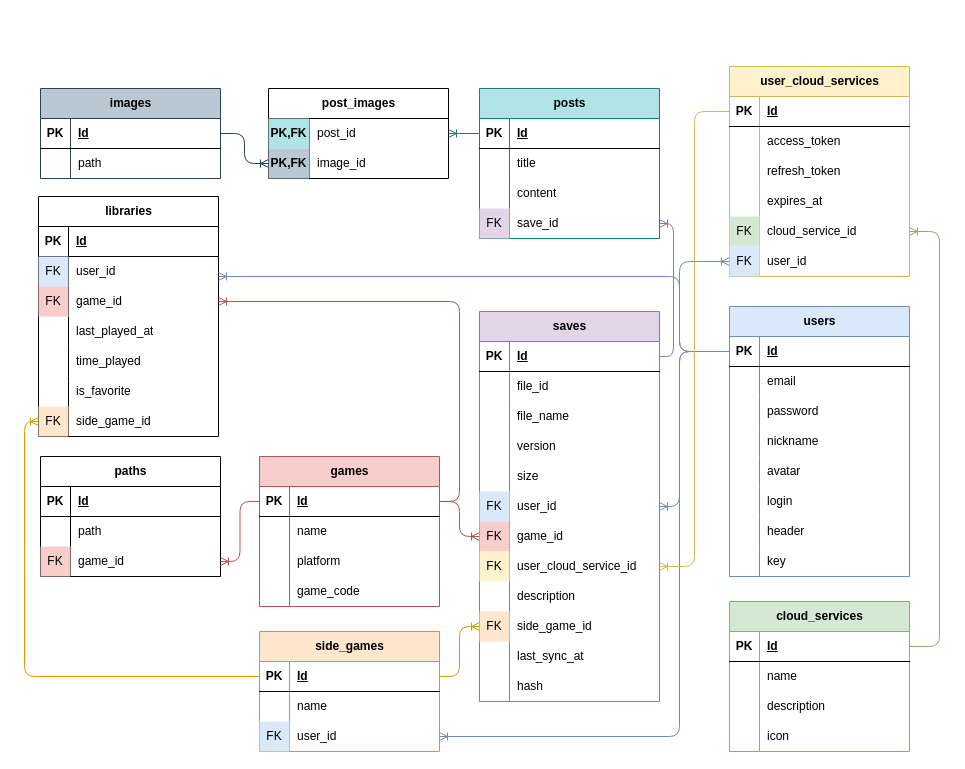
Earlier version of the draw.io diagram page "Логическая" (2 of 3) of Docs/Диаграммы/База данных.drawio (savayaqu/PlaySaveBack). Source tidied: cells renumbered, new cells numbered last; positions are measured from the earlier drawing's top-left corner, leaving out a move shared by most shapes. Both pictures are drawn from the tidied source at 100%, with x=0, y=0 at pixel (24, 66).
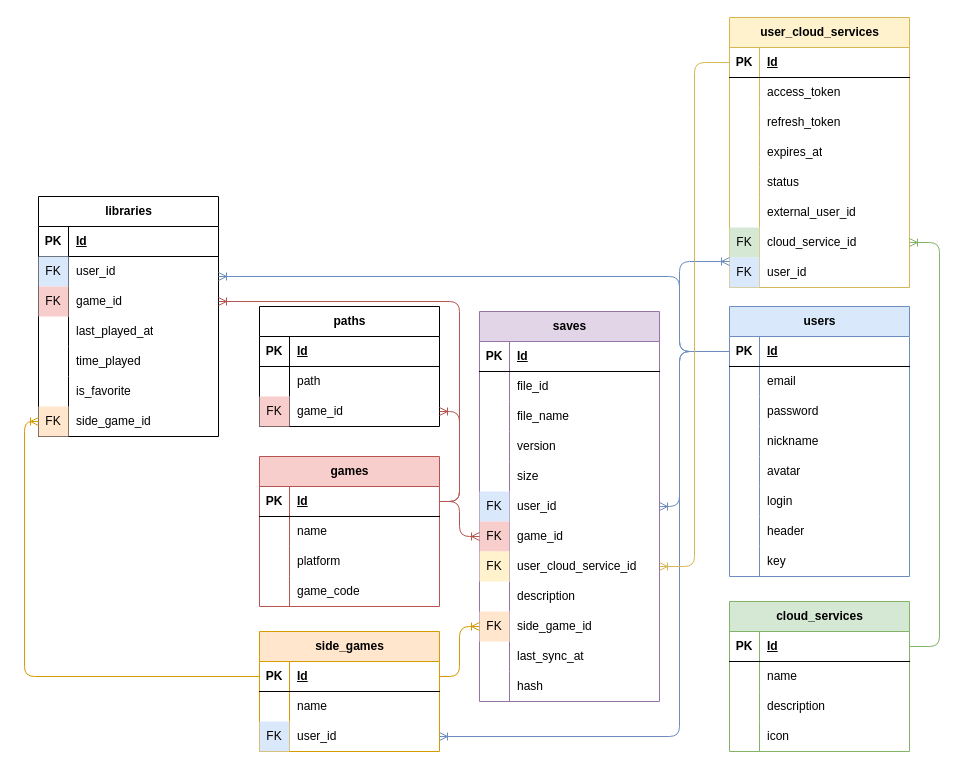
The same diagram, later.

Unchanged cells that the change refers to:
```xml
<mxCell id="60" style="shape=tableRow;horizontal=0;startSize=0;swimlaneHead=0;swimlaneBody=0;fillColor=none;points=[[0,0.5],[1,0.5]];portConstraint=eastwest;top=0;left=0;right=0;bottom=1;" parent="59" vertex="1">
  <mxGeometry y="30" width="180" height="30" as="geometry" />
</mxCell>
<mxCell id="97" style="shape=tableRow;horizontal=0;startSize=0;swimlaneHead=0;swimlaneBody=0;fillColor=none;points=[[0,0.5],[1,0.5]];portConstraint=eastwest;top=0;left=0;right=0;bottom=1;" parent="96" vertex="1">
  <mxGeometry y="30" width="180" height="30" as="geometry" />
</mxCell>
<mxCell id="188" style="shape=tableRow;horizontal=0;startSize=0;swimlaneHead=0;swimlaneBody=0;fillColor=none;points=[[0,0.5],[1,0.5]];portConstraint=eastwest;top=0;left=0;right=0;bottom=0;" parent="181" vertex="1">
  <mxGeometry y="90" width="180" height="30" as="geometry" />
</mxCell>
```

What changed in the source:
```diff
@@
     <mxCell id="40" value="user_cloud_services" style="shape=table;startSize=30;childLayout=tableLayout;rowLines=0;fontStyle=1;align=center;html=1;fillColor=#fff2cc;strokeColor=#d6b656;" parent="1" vertex="1">
-      <mxGeometry x="705" width="180" height="210" as="geometry" />
+      <mxGeometry x="705" y="-49" width="180" height="270" as="geometry" />
     </mxCell>
@@
+    <mxCell id="192" style="shape=tableRow;horizontal=0;startSize=0;swimlaneHead=0;swimlaneBody=0;fillColor=none;top=0;left=0;right=0;bottom=0;" parent="40" vertex="1">
+      <mxGeometry y="150" width="180" height="30" as="geometry" />
+    </mxCell>
+    <mxCell id="193" style="shape=partialRectangle;fillColor=none;top=0;left=0;bottom=0;right=0;overflow=hidden;whiteSpace=wrap;html=1;" parent="192" vertex="1">
+      <mxGeometry width="30" height="30" as="geometry" />
+    </mxCell>
+    <mxCell id="194" value="status" style="shape=partialRectangle;fillColor=none;top=0;left=0;bottom=0;right=0;align=left;spacingLeft=6;overflow=hidden;whiteSpace=wrap;html=1;" parent="192" vertex="1">
+      <mxGeometry x="30" width="150" height="30" as="geometry" />
+    </mxCell>
+    <mxCell id="195" style="shape=tableRow;horizontal=0;startSize=0;swimlaneHead=0;swimlaneBody=0;fillColor=none;top=0;left=0;right=0;bottom=0;" parent="40" vertex="1">
+      <mxGeometry y="180" width="180" height="30" as="geometry" />
+    </mxCell>
+    <mxCell id="196" style="shape=partialRectangle;fillColor=none;top=0;left=0;bottom=0;right=0;overflow=hidden;whiteSpace=wrap;html=1;" parent="195" vertex="1">
+      <mxGeometry width="30" height="30" as="geometry" />
+    </mxCell>
+    <mxCell id="197" value="external_user_id" style="shape=partialRectangle;fillColor=none;top=0;left=0;bottom=0;right=0;align=left;spacingLeft=6;overflow=hidden;whiteSpace=wrap;html=1;" parent="195" vertex="1">
+      <mxGeometry x="30" width="150" height="30" as="geometry" />
+    </mxCell>
     <mxCell id="53" style="shape=tableRow;horizontal=0;startSize=0;swimlaneHead=0;swimlaneBody=0;fillColor=none;points=[[0,0.5],[1,0.5]];portConstraint=eastwest;top=0;left=0;right=0;bottom=0;" parent="40" vertex="1">
-      <mxGeometry y="150" width="180" height="30" as="geometry" />
+      <mxGeometry y="210" width="180" height="30" as="geometry" />
     </mxCell>
@@
     <mxCell id="56" style="shape=tableRow;horizontal=0;startSize=0;swimlaneHead=0;swimlaneBody=0;fillColor=none;points=[[0,0.5],[1,0.5]];portConstraint=eastwest;top=0;left=0;right=0;bottom=0;" parent="40" vertex="1">
-      <mxGeometry y="180" width="180" height="30" as="geometry" />
+      <mxGeometry y="240" width="180" height="30" as="geometry" />
     </mxCell>
@@
-    <mxCell id="150" value="posts" style="shape=table;startSize=30;childLayout=tableLayout;rowLines=0;fontStyle=1;align=center;html=1;fillColor=#b0e3e6;strokeColor=#0e8088;" parent="1" vertex="1">
-      <mxGeometry x="455" y="22" width="180" height="150" as="geometry" />
-    </mxCell>
-    <mxCell id="151" style="shape=tableRow;horizontal=0;startSize=0;swimlaneHead=0;swimlaneBody=0;fillColor=none;points=[[0,0.5],[1,0.5]];portConstraint=eastwest;top=0;left=0;right=0;bottom=1;" parent="150" vertex="1">
-      <mxGeometry y="30" width="180" height="30" as="geometry" />
-    </mxCell>
-    <mxCell id="152" value="PK" style="shape=partialRectangle;fillColor=none;top=0;left=0;bottom=0;right=0;fontStyle=1;overflow=hidden;whiteSpace=wrap;html=1;" parent="151" vertex="1">
-      <mxGeometry width="30" height="30" as="geometry" />
-    </mxCell>
-    <mxCell id="153" value="Id" style="shape=partialRectangle;fillColor=none;top=0;left=0;bottom=0;right=0;align=left;spacingLeft=6;fontStyle=5;overflow=hidden;whiteSpace=wrap;html=1;" parent="151" vertex="1">
-      <mxGeometry x="30" width="150" height="30" as="geometry" />
-    </mxCell>
-    <mxCell id="154" style="shape=tableRow;horizontal=0;startSize=0;swimlaneHead=0;swimlaneBody=0;fillColor=none;top=0;left=0;right=0;bottom=0;" parent="150" vertex="1">
-      <mxGeometry y="60" width="180" height="30" as="geometry" />
-    </mxCell>
-    <mxCell id="155" style="shape=partialRectangle;fillColor=none;top=0;left=0;bottom=0;right=0;overflow=hidden;whiteSpace=wrap;html=1;strokeColor=#6c8ebf;" parent="154" vertex="1">
-      <mxGeometry width="30" height="30" as="geometry" />
-    </mxCell>
-    <mxCell id="156" value="title" style="shape=partialRectangle;fillColor=none;top=0;left=0;bottom=0;right=0;align=left;spacingLeft=6;overflow=hidden;whiteSpace=wrap;html=1;" parent="154" vertex="1">
-      <mxGeometry x="30" width="150" height="30" as="geometry" />
-    </mxCell>
-    <mxCell id="157" style="shape=tableRow;horizontal=0;startSize=0;swimlaneHead=0;swimlaneBody=0;fillColor=none;top=0;left=0;right=0;bottom=0;" parent="150" vertex="1">
-      <mxGeometry y="90" width="180" height="30" as="geometry" />
-    </mxCell>
-    <mxCell id="158" style="shape=partialRectangle;fillColor=none;top=0;left=0;bottom=0;right=0;overflow=hidden;whiteSpace=wrap;html=1;" parent="157" vertex="1">
-      <mxGeometry width="30" height="30" as="geometry" />
-    </mxCell>
-    <mxCell id="159" value="content" style="shape=partialRectangle;fillColor=none;top=0;left=0;bottom=0;right=0;align=left;spacingLeft=6;overflow=hidden;whiteSpace=wrap;html=1;" parent="157" vertex="1">
-      <mxGeometry x="30" width="150" height="30" as="geometry" />
-    </mxCell>
-    <mxCell id="160" style="shape=tableRow;horizontal=0;startSize=0;swimlaneHead=0;swimlaneBody=0;fillColor=none;points=[[0,0.5],[1,0.5]];portConstraint=eastwest;top=0;left=0;right=0;bottom=0;" parent="150" vertex="1">
-      <mxGeometry y="120" width="180" height="30" as="geometry" />
-    </mxCell>
-    <mxCell id="161" value="FK" style="shape=partialRectangle;fillColor=#e1d5e7;top=0;left=0;bottom=0;right=0;overflow=hidden;whiteSpace=wrap;html=1;strokeColor=#9673a6;" parent="160" vertex="1">
-      <mxGeometry width="30" height="30" as="geometry" />
-    </mxCell>
-    <mxCell id="162" value="save_id" style="shape=partialRectangle;fillColor=none;top=0;left=0;bottom=0;right=0;align=left;spacingLeft=6;overflow=hidden;whiteSpace=wrap;html=1;" parent="160" vertex="1">
-      <mxGeometry x="30" width="150" height="30" as="geometry" />
-    </mxCell>
@@
-    <mxCell id="164" value="post_images" style="shape=table;startSize=30;childLayout=tableLayout;rowLines=0;fontStyle=1;align=center;html=1;" parent="1" vertex="1">
-      <mxGeometry x="244" y="22" width="180" height="90" as="geometry" />
-    </mxCell>
-    <mxCell id="165" style="shape=tableRow;horizontal=0;startSize=0;swimlaneHead=0;swimlaneBody=0;fillColor=none;points=[[0,0.5],[1,0.5]];portConstraint=eastwest;top=0;left=0;right=0;bottom=0;" parent="164" vertex="1">
-      <mxGeometry y="30" width="180" height="30" as="geometry" />
-    </mxCell>
-    <mxCell id="166" value="&lt;b&gt;PK,FK&lt;/b&gt;" style="shape=partialRectangle;fillColor=#b0e3e6;top=0;left=0;bottom=0;right=0;overflow=hidden;whiteSpace=wrap;html=1;strokeColor=#0e8088;" parent="165" vertex="1">
-      <mxGeometry width="40.5" height="30" as="geometry" />
-    </mxCell>
-    <mxCell id="167" value="post_id" style="shape=partialRectangle;fillColor=none;top=0;left=0;bottom=0;right=0;align=left;spacingLeft=6;overflow=hidden;whiteSpace=wrap;html=1;" parent="165" vertex="1">
-      <mxGeometry x="40.5" width="139.5" height="30" as="geometry" />
-    </mxCell>
-    <mxCell id="168" style="shape=tableRow;horizontal=0;startSize=0;swimlaneHead=0;swimlaneBody=0;fillColor=none;points=[[0,0.5],[1,0.5]];portConstraint=eastwest;top=0;left=0;right=0;bottom=0;" parent="164" vertex="1">
-      <mxGeometry y="60" width="180" height="30" as="geometry" />
-    </mxCell>
-    <mxCell id="169" value="&lt;b&gt;PK,FK&lt;/b&gt;" style="shape=partialRectangle;fillColor=#bac8d3;top=0;left=0;bottom=0;right=0;overflow=hidden;whiteSpace=wrap;html=1;strokeColor=#23445d;" parent="168" vertex="1">
-      <mxGeometry width="40.5" height="30" as="geometry" />
-    </mxCell>
-    <mxCell id="170" value="image_id" style="shape=partialRectangle;fillColor=none;top=0;left=0;bottom=0;right=0;align=left;spacingLeft=6;overflow=hidden;whiteSpace=wrap;html=1;" parent="168" vertex="1">
-      <mxGeometry x="40.5" width="139.5" height="30" as="geometry" />
-    </mxCell>
-    <mxCell id="171" value="images" style="shape=table;startSize=30;childLayout=tableLayout;rowLines=0;fontStyle=1;align=center;html=1;fillColor=#bac8d3;strokeColor=#23445d;" parent="1" vertex="1">
-      <mxGeometry x="16" y="22" width="180" height="90" as="geometry" />
-    </mxCell>
-    <mxCell id="172" style="shape=tableRow;horizontal=0;startSize=0;swimlaneHead=0;swimlaneBody=0;fillColor=none;points=[[0,0.5],[1,0.5]];portConstraint=eastwest;top=0;left=0;right=0;bottom=1;" parent="171" vertex="1">
-      <mxGeometry y="30" width="180" height="30" as="geometry" />
-    </mxCell>
-    <mxCell id="173" value="PK" style="shape=partialRectangle;fillColor=none;top=0;left=0;bottom=0;right=0;fontStyle=1;overflow=hidden;whiteSpace=wrap;html=1;" parent="172" vertex="1">
-      <mxGeometry width="30" height="30" as="geometry" />
-    </mxCell>
-    <mxCell id="174" value="Id" style="shape=partialRectangle;fillColor=none;top=0;left=0;bottom=0;right=0;align=left;spacingLeft=6;fontStyle=5;overflow=hidden;whiteSpace=wrap;html=1;" parent="172" vertex="1">
-      <mxGeometry x="30" width="150" height="30" as="geometry" />
-    </mxCell>
-    <mxCell id="175" style="shape=tableRow;horizontal=0;startSize=0;swimlaneHead=0;swimlaneBody=0;fillColor=none;top=0;left=0;right=0;bottom=0;" parent="171" vertex="1">
-      <mxGeometry y="60" width="180" height="30" as="geometry" />
-    </mxCell>
-    <mxCell id="176" style="shape=partialRectangle;fillColor=none;top=0;left=0;bottom=0;right=0;overflow=hidden;whiteSpace=wrap;html=1;strokeColor=#6c8ebf;" parent="175" vertex="1">
-      <mxGeometry width="30" height="30" as="geometry" />
-    </mxCell>
-    <mxCell id="177" value="path" style="shape=partialRectangle;fillColor=none;top=0;left=0;bottom=0;right=0;align=left;spacingLeft=6;overflow=hidden;whiteSpace=wrap;html=1;" parent="175" vertex="1">
-      <mxGeometry x="30" width="150" height="30" as="geometry" />
-    </mxCell>
-    <mxCell id="178" style="fontSize=12;html=1;endArrow=ERoneToMany;rounded=1;edgeStyle=orthogonalEdgeStyle;fillColor=#e1d5e7;strokeColor=#9673a6;" parent="1" edge="1" source="60" target="160">
-      <mxGeometry relative="1" as="geometry">
-        <Array as="points">
-          <mxPoint x="649" y="290" />
-          <mxPoint x="649" y="157" />
-        </Array>
-      </mxGeometry>
-    </mxCell>
-    <mxCell id="179" style="edgeStyle=entityRelationEdgeStyle;fontSize=12;html=1;endArrow=ERoneToMany;rounded=0;fillColor=#b0e3e6;strokeColor=#0e8088;" parent="1" edge="1" source="151" target="165">
-      <mxGeometry relative="1" as="geometry" />
-    </mxCell>
-    <mxCell id="180" style="fontSize=12;html=1;endArrow=ERoneToMany;rounded=1;edgeStyle=orthogonalEdgeStyle;fillColor=#bac8d3;strokeColor=#23445d;" parent="1" edge="1" source="172" target="168">
-      <mxGeometry relative="1" as="geometry" />
-    </mxCell>
     <mxCell id="181" value="paths" style="shape=table;startSize=30;childLayout=tableLayout;rowLines=0;fontStyle=1;align=center;html=1;" parent="1" vertex="1">
-      <mxGeometry x="16" y="390" width="180" height="120" as="geometry" />
+      <mxGeometry x="235" y="240" width="180" height="120" as="geometry" />
     </mxCell>
@@
     <mxCell id="191" style="fontSize=12;html=1;endArrow=ERoneToMany;rounded=1;fillColor=#f8cecc;strokeColor=#b85450;edgeStyle=orthogonalEdgeStyle;" parent="1" edge="1" source="97" target="188">
-      <mxGeometry relative="1" as="geometry" />
+      <mxGeometry relative="1" as="geometry">
+        <Array as="points">
+          <mxPoint x="435" y="435" />
+          <mxPoint x="435" y="345" />
+        </Array>
+      </mxGeometry>
     </mxCell>
```
